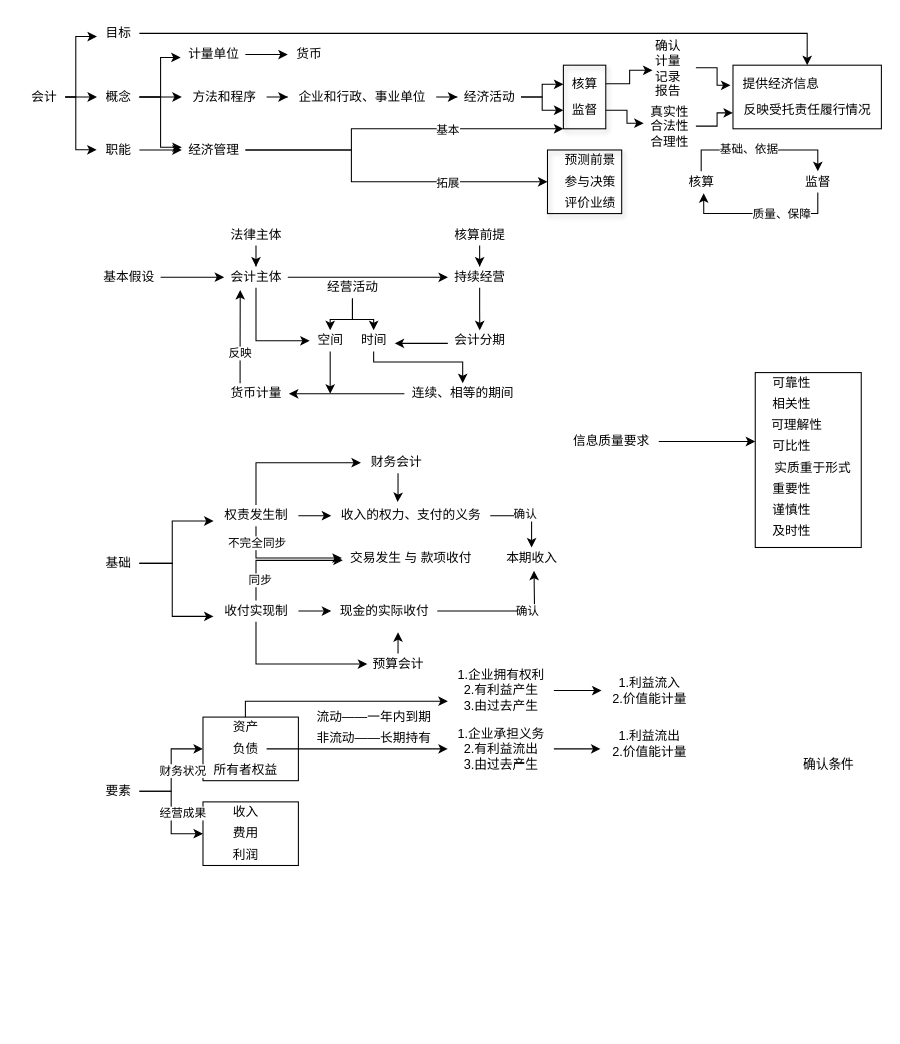
The draw.io diagram articles/Acc/1-1.dio in 333mhz/333mhz.github.io, before the edit. Source tidied: cells renumbered, new cells numbered last; positions are measured from the earlier drawing's top-left corner, leaving out a move shared by most shapes. Both pictures are drawn from the tidied source at 106%, with x=0, y=0 at pixel (22, 22).
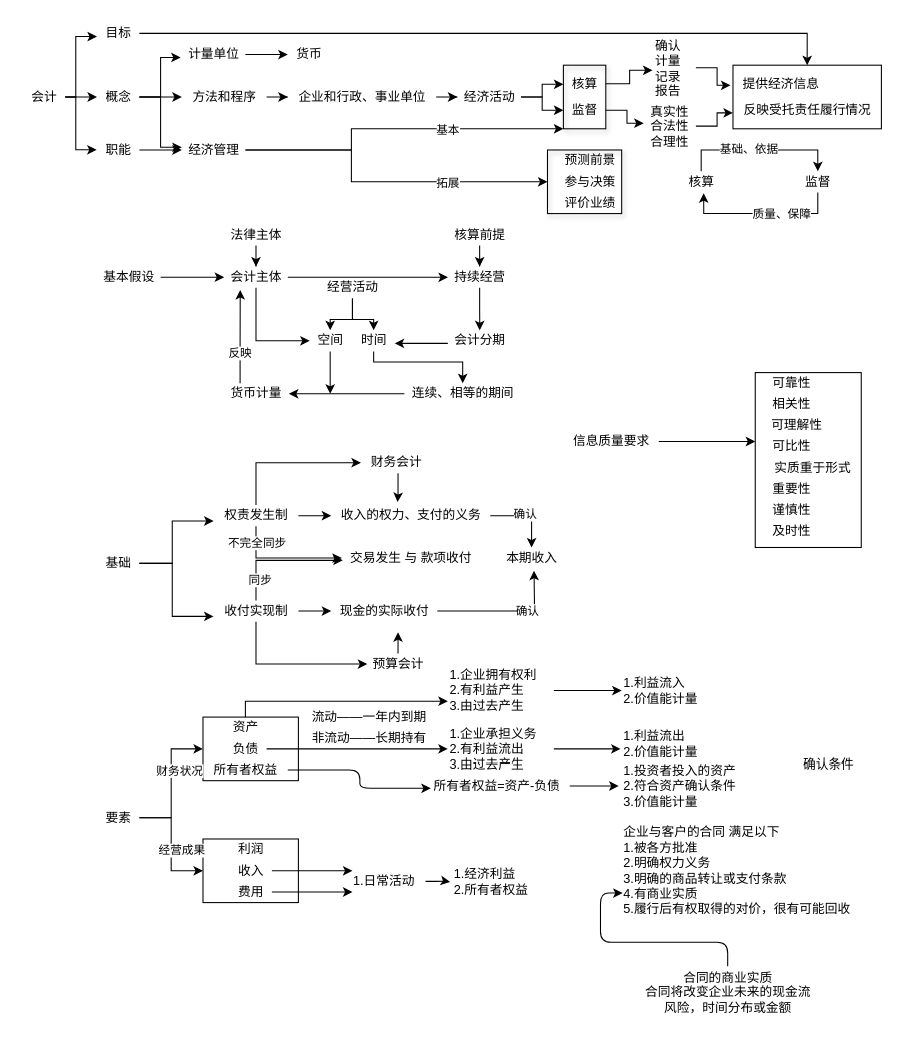
After the change.

The change refers to these unchanged cells:
```xml
<mxCell id="124" value="所有者权益" style="text;html=1;align=center;verticalAlign=middle;points=[];shadow=1;" parent="1" vertex="1">
  <mxGeometry x="170" y="695" width="80" height="20" as="geometry" />
</mxCell>
```

What changed in the source:
```diff
@@
     <mxCell id="2" style="rounded=0;whiteSpace=wrap;html=1;" parent="1" vertex="1">
-      <mxGeometry x="170" y="735" width="90" height="60" as="geometry" />
+      <mxGeometry x="170" y="770" width="90" height="60" as="geometry" />
     </mxCell>
@@
     <mxCell id="118" value="要素" style="text;html=1;align=center;verticalAlign=middle;points=[];shadow=1;" parent="1" vertex="1">
-      <mxGeometry x="70" y="715" width="40" height="20" as="geometry" />
+      <mxGeometry x="70" y="740" width="40" height="20" as="geometry" />
     </mxCell>
@@
+    <mxCell id="136" style="edgeStyle=orthogonalEdgeStyle;curved=0;rounded=1;sketch=0;jettySize=auto;html=1;entryX=-0.008;entryY=0.609;entryDx=0;entryDy=0;entryPerimeter=0;" parent="1" edge="1" source="124" target="140">
+      <mxGeometry relative="1" as="geometry" />
+    </mxCell>
@@
+    <mxCell id="137" style="edgeStyle=orthogonalEdgeStyle;curved=0;rounded=1;sketch=0;jettySize=auto;html=1;align=left;" parent="1" edge="1" source="125">
+      <mxGeometry relative="1" as="geometry">
+        <mxPoint x="311" y="800" as="targetPoint" />
+      </mxGeometry>
+    </mxCell>
     <mxCell id="125" value="收入" style="text;html=1;align=center;verticalAlign=middle;points=[];shadow=1;" parent="1" vertex="1">
-      <mxGeometry x="190" y="735" width="40" height="20" as="geometry" />
+      <mxGeometry x="195" y="790" width="40" height="20" as="geometry" />
     </mxCell>
+    <mxCell id="138" style="edgeStyle=orthogonalEdgeStyle;curved=0;rounded=1;sketch=0;jettySize=auto;html=1;align=left;" parent="1" edge="1" source="126">
+      <mxGeometry relative="1" as="geometry">
+        <mxPoint x="311" y="820" as="targetPoint" />
+      </mxGeometry>
+    </mxCell>
     <mxCell id="126" value="费用" style="text;html=1;align=center;verticalAlign=middle;points=[];shadow=1;" parent="1" vertex="1">
-      <mxGeometry x="190" y="755" width="40" height="20" as="geometry" />
+      <mxGeometry x="195" y="810" width="40" height="20" as="geometry" />
     </mxCell>
     <mxCell id="127" value="利润" style="text;html=1;align=center;verticalAlign=middle;shadow=1;" parent="1" vertex="1">
-      <mxGeometry x="190" y="775" width="40" height="20" as="geometry" />
+      <mxGeometry x="195" y="770" width="40" height="20" as="geometry" />
     </mxCell>
-    <mxCell id="128" style="edgeStyle=orthogonalEdgeStyle;rounded=0;jettySize=auto;html=1;" parent="1" edge="1" source="129" target="130">
+    <mxCell id="128" style="edgeStyle=orthogonalEdgeStyle;rounded=0;jettySize=auto;html=1;align=left;" parent="1" edge="1" source="129" target="130">
       <mxGeometry relative="1" as="geometry" />
     </mxCell>
-    <mxCell id="129" value="1.企业拥有权利&lt;br&gt;2.有利益产生&lt;br&gt;3.由过去产生" style="text;html=1;align=center;verticalAlign=middle;points=[];shadow=1;" parent="1" vertex="1">
+    <mxCell id="129" value="1.企业拥有权利&lt;br&gt;2.有利益产生&lt;br&gt;3.由过去产生" style="text;html=1;align=left;verticalAlign=middle;points=[];shadow=1;" parent="1" vertex="1">
       <mxGeometry x="401" y="605" width="100" height="50" as="geometry" />
     </mxCell>
-    <mxCell id="130" value="1.利益流入&lt;br&gt;2.价值能计量" style="text;html=1;align=center;verticalAlign=middle;points=[];shadow=1;" parent="1" vertex="1">
-      <mxGeometry x="546" y="615" width="90" height="30" as="geometry" />
+    <mxCell id="130" value="1.利益流入&lt;br&gt;2.价值能计量" style="text;html=1;align=left;verticalAlign=middle;points=[];shadow=1;" parent="1" vertex="1">
+      <mxGeometry x="565" y="615" width="90" height="30" as="geometry" />
     </mxCell>
-    <mxCell id="131" style="edgeStyle=orthogonalEdgeStyle;rounded=0;jettySize=auto;html=1;entryX=-0.011;entryY=0.667;entryDx=0;entryDy=0;entryPerimeter=0;" parent="1" edge="1" source="132" target="133">
+    <mxCell id="131" style="edgeStyle=orthogonalEdgeStyle;rounded=0;jettySize=auto;html=1;entryX=-0.011;entryY=0.667;entryDx=0;entryDy=0;entryPerimeter=0;align=left;" parent="1" edge="1" source="132" target="133">
       <mxGeometry relative="1" as="geometry" />
     </mxCell>
-    <mxCell id="132" value="1.企业承担义务&lt;br&gt;2.有利益流出&lt;br&gt;3.由过去产生" style="text;html=1;align=center;verticalAlign=middle;points=[];shadow=1;" parent="1" vertex="1">
+    <mxCell id="132" value="1.企业承担义务&lt;br&gt;2.有利益流出&lt;br&gt;3.由过去产生" style="text;html=1;align=left;verticalAlign=middle;points=[];shadow=1;" parent="1" vertex="1">
       <mxGeometry x="401" y="660" width="100" height="50" as="geometry" />
     </mxCell>
-    <mxCell id="133" value="1.利益流出&lt;br&gt;2.价值能计量" style="text;html=1;align=center;verticalAlign=middle;points=[];shadow=1;" parent="1" vertex="1">
-      <mxGeometry x="546" y="665" width="90" height="30" as="geometry" />
+    <mxCell id="133" value="1.利益流出&lt;br&gt;2.价值能计量" style="text;html=1;align=left;verticalAlign=middle;points=[];shadow=1;" parent="1" vertex="1">
+      <mxGeometry x="565" y="665" width="90" height="30" as="geometry" />
     </mxCell>
-    <mxCell id="134" value="流动——一年内到期" style="text;html=1;align=center;verticalAlign=middle;shadow=1;" parent="1" vertex="1">
+    <mxCell id="134" value="流动——一年内到期" style="text;html=1;align=left;verticalAlign=middle;shadow=1;" parent="1" vertex="1">
       <mxGeometry x="271" y="645" width="120" height="20" as="geometry" />
     </mxCell>
-    <mxCell id="135" value="非流动——长期持有" style="text;html=1;align=center;verticalAlign=middle;shadow=1;" parent="1" vertex="1">
+    <mxCell id="135" value="非流动——长期持有" style="text;html=1;align=left;verticalAlign=middle;shadow=1;" parent="1" vertex="1">
       <mxGeometry x="271" y="665" width="120" height="20" as="geometry" />
     </mxCell>
+    <mxCell id="139" style="edgeStyle=orthogonalEdgeStyle;curved=0;rounded=1;sketch=0;jettySize=auto;html=1;entryX=-0.024;entryY=0.5;entryDx=0;entryDy=0;entryPerimeter=0;align=left;" parent="1" edge="1" source="140" target="141">
+      <mxGeometry relative="1" as="geometry" />
+    </mxCell>
+    <mxCell id="140" value="所有者权益=资产-负债" style="text;html=1;align=left;verticalAlign=middle;points=[];shadow=1;" parent="1" vertex="1">
+      <mxGeometry x="386" y="710" width="130" height="20" as="geometry" />
+    </mxCell>
+    <mxCell id="141" value="1.投资者投入的资产&lt;br&gt;2.符合资产确认条件&lt;br&gt;3.价值能计量" style="text;html=1;align=left;verticalAlign=middle;points=[];shadow=1;" parent="1" vertex="1">
+      <mxGeometry x="565" y="695" width="120" height="50" as="geometry" />
+    </mxCell>
+    <mxCell id="142" value="企业与客户的合同 满足以下&lt;br&gt;1.被各方批准&lt;br&gt;2.明确权力义务&lt;br&gt;3.明确的商品转让或支付条款&lt;br&gt;4.有商业实质&lt;br&gt;5.履行后有权取得的对价，很有可能回收" style="text;html=1;align=left;verticalAlign=middle;points=[];shadow=1;" parent="1" vertex="1">
+      <mxGeometry x="565" y="755" width="230" height="90" as="geometry" />
+    </mxCell>
+    <mxCell id="143" value="1.经济利益&lt;br&gt;2.所有者权益" style="text;html=1;align=left;verticalAlign=middle;points=[];shadow=1;" parent="1" vertex="1">
+      <mxGeometry x="405" y="795" width="90" height="30" as="geometry" />
+    </mxCell>
+    <mxCell id="144" style="edgeStyle=orthogonalEdgeStyle;curved=0;rounded=1;sketch=0;jettySize=auto;html=1;entryX=-0.02;entryY=0.517;entryDx=0;entryDy=0;entryPerimeter=0;align=left;" parent="1" edge="1" source="145" target="143">
+      <mxGeometry relative="1" as="geometry" />
+    </mxCell>
+    <mxCell id="145" value="1.日常活动" style="text;html=1;align=left;verticalAlign=middle;points=[];shadow=1;" parent="1" vertex="1">
+      <mxGeometry x="310" y="800" width="70" height="20" as="geometry" />
+    </mxCell>
+    <mxCell id="146" style="edgeStyle=orthogonalEdgeStyle;curved=0;rounded=1;sketch=0;jettySize=auto;html=1;entryX=0.004;entryY=0.733;entryDx=0;entryDy=0;entryPerimeter=0;align=left;" parent="1" edge="1" source="147" target="142">
+      <mxGeometry relative="1" as="geometry" />
+    </mxCell>
+    <mxCell id="147" value="&lt;div style=&quot;&quot;&gt;&lt;span&gt;合同的商业实质&lt;/span&gt;&lt;/div&gt;&lt;div style=&quot;&quot;&gt;&lt;span&gt;合同将改变企业未来的现金流&lt;/span&gt;&lt;/div&gt;风险，时间分布或金额" style="text;html=1;align=center;verticalAlign=middle;points=[];shadow=1;" parent="1" vertex="1">
+      <mxGeometry x="580" y="890" width="170" height="50" as="geometry" />
+    </mxCell>
```
